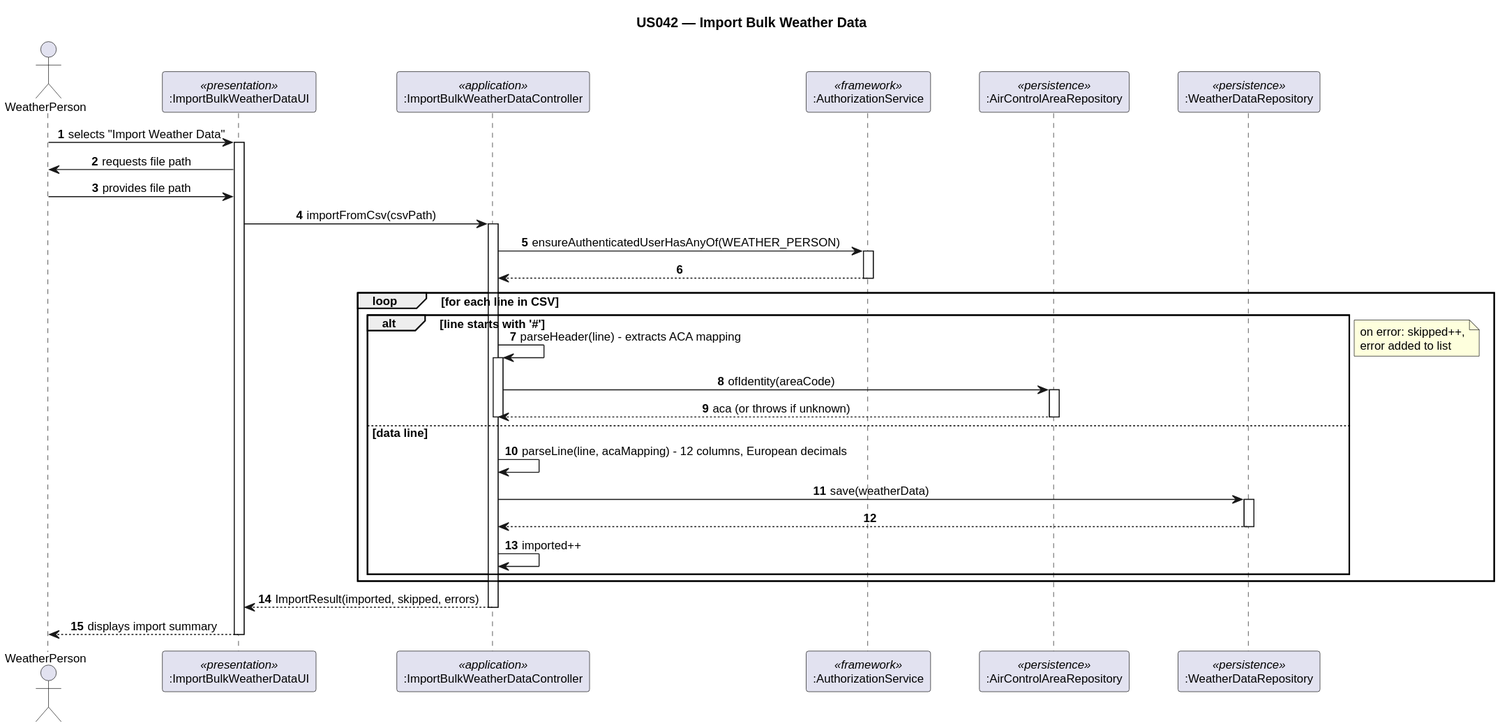
1240826/aisafe-flight-control keeps this PlantUML diagram as docs/Sprint3/EAPLI/us_042/sd_us042_import_weather_data.svg. Above is the earlier version.
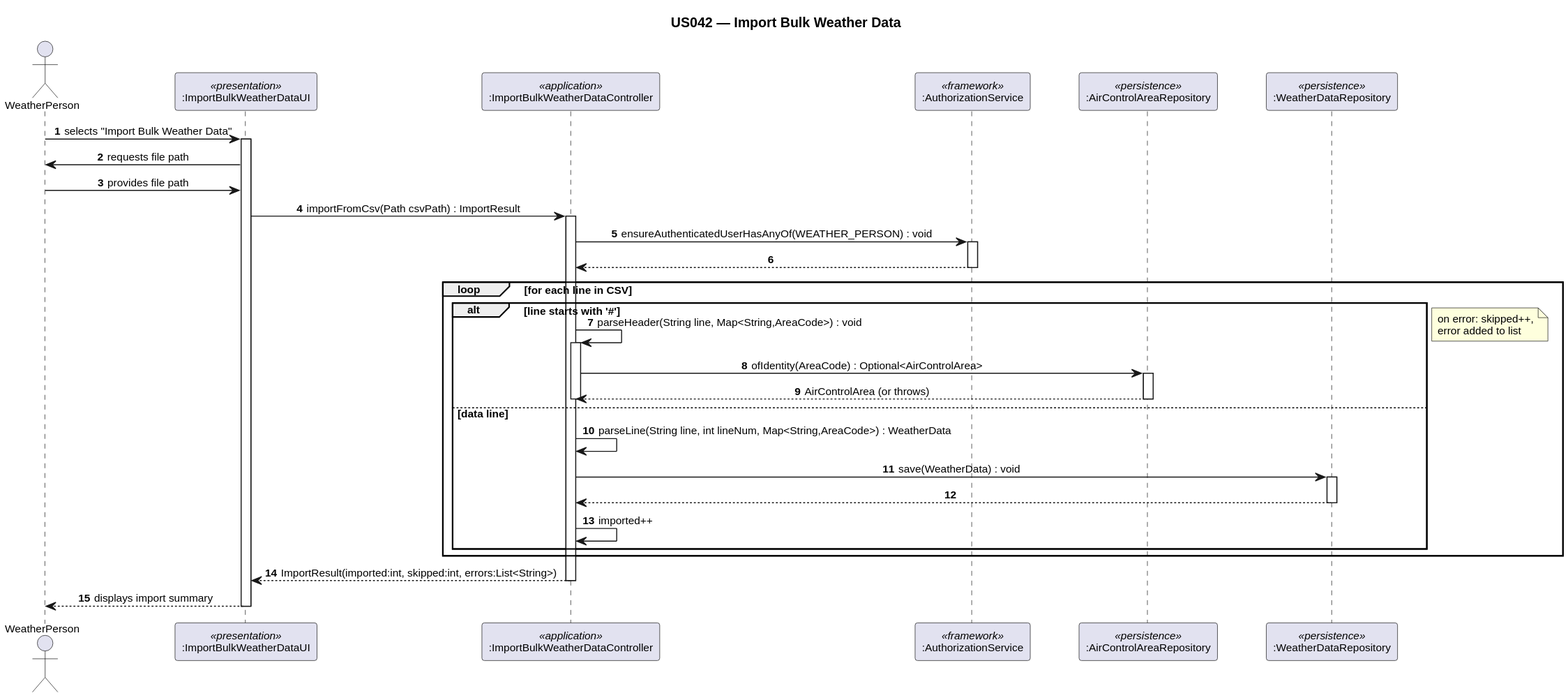
After the commit.

The edit, as a diff of the source:
```diff
@@ -3,7 +3,7 @@
 
 skinparam sequenceMessageAlign center
 skinparam defaultFontName Arial
-skinparam defaultFontSize 12
+skinparam defaultFontSize 11
 skinparam ParticipantPadding 20
 
 autonumber
@@ -15,33 +15,33 @@
 participant ":AirControlAreaRepository"   as acaRepo  <<persistence>>
 participant ":WeatherDataRepository"      as repo     <<persistence>>
 
-actor -> ui : selects "Import Weather Data"
+actor -> ui : selects "Import Bulk Weather Data"
 activate ui
 
 ui -> actor : requests file path
 actor -> ui : provides file path
 
-ui -> ctrl : importFromCsv(csvPath)
+ui -> ctrl : importFromCsv(Path csvPath) : ImportResult
 activate ctrl
 
-ctrl -> authz : ensureAuthenticatedUserHasAnyOf(WEATHER_PERSON)
+ctrl -> authz : ensureAuthenticatedUserHasAnyOf(WEATHER_PERSON) : void
 activate authz
 authz --> ctrl
 deactivate authz
 
 loop for each line in CSV
     alt line starts with '#'
-        ctrl -> ctrl : parseHeader(line) - extracts ACA mapping
+        ctrl -> ctrl : parseHeader(String line, Map<String,AreaCode>) : void
         activate ctrl
-        ctrl -> acaRepo : ofIdentity(areaCode)
+        ctrl -> acaRepo : ofIdentity(AreaCode) : Optional<AirControlArea>
         activate acaRepo
-        acaRepo --> ctrl : aca (or throws if unknown)
+        acaRepo --> ctrl : AirControlArea (or throws)
         deactivate acaRepo
         deactivate ctrl
     else data line
-        ctrl -> ctrl : parseLine(line, acaMapping) - 12 columns, European decimals
+        ctrl -> ctrl : parseLine(String line, int lineNum, Map<String,AreaCode>) : WeatherData
 
-        ctrl -> repo : save(weatherData)
+        ctrl -> repo : save(WeatherData) : void
         activate repo
         repo --> ctrl
         deactivate repo
@@ -51,7 +51,7 @@
     note right : on error: skipped++,\nerror added to list
 end
 
-ctrl --> ui : ImportResult(imported, skipped, errors)
+ctrl --> ui : ImportResult(imported:int, skipped:int, errors:List<String>)
 deactivate ctrl
 
 ui --> actor : displays import summary
```
